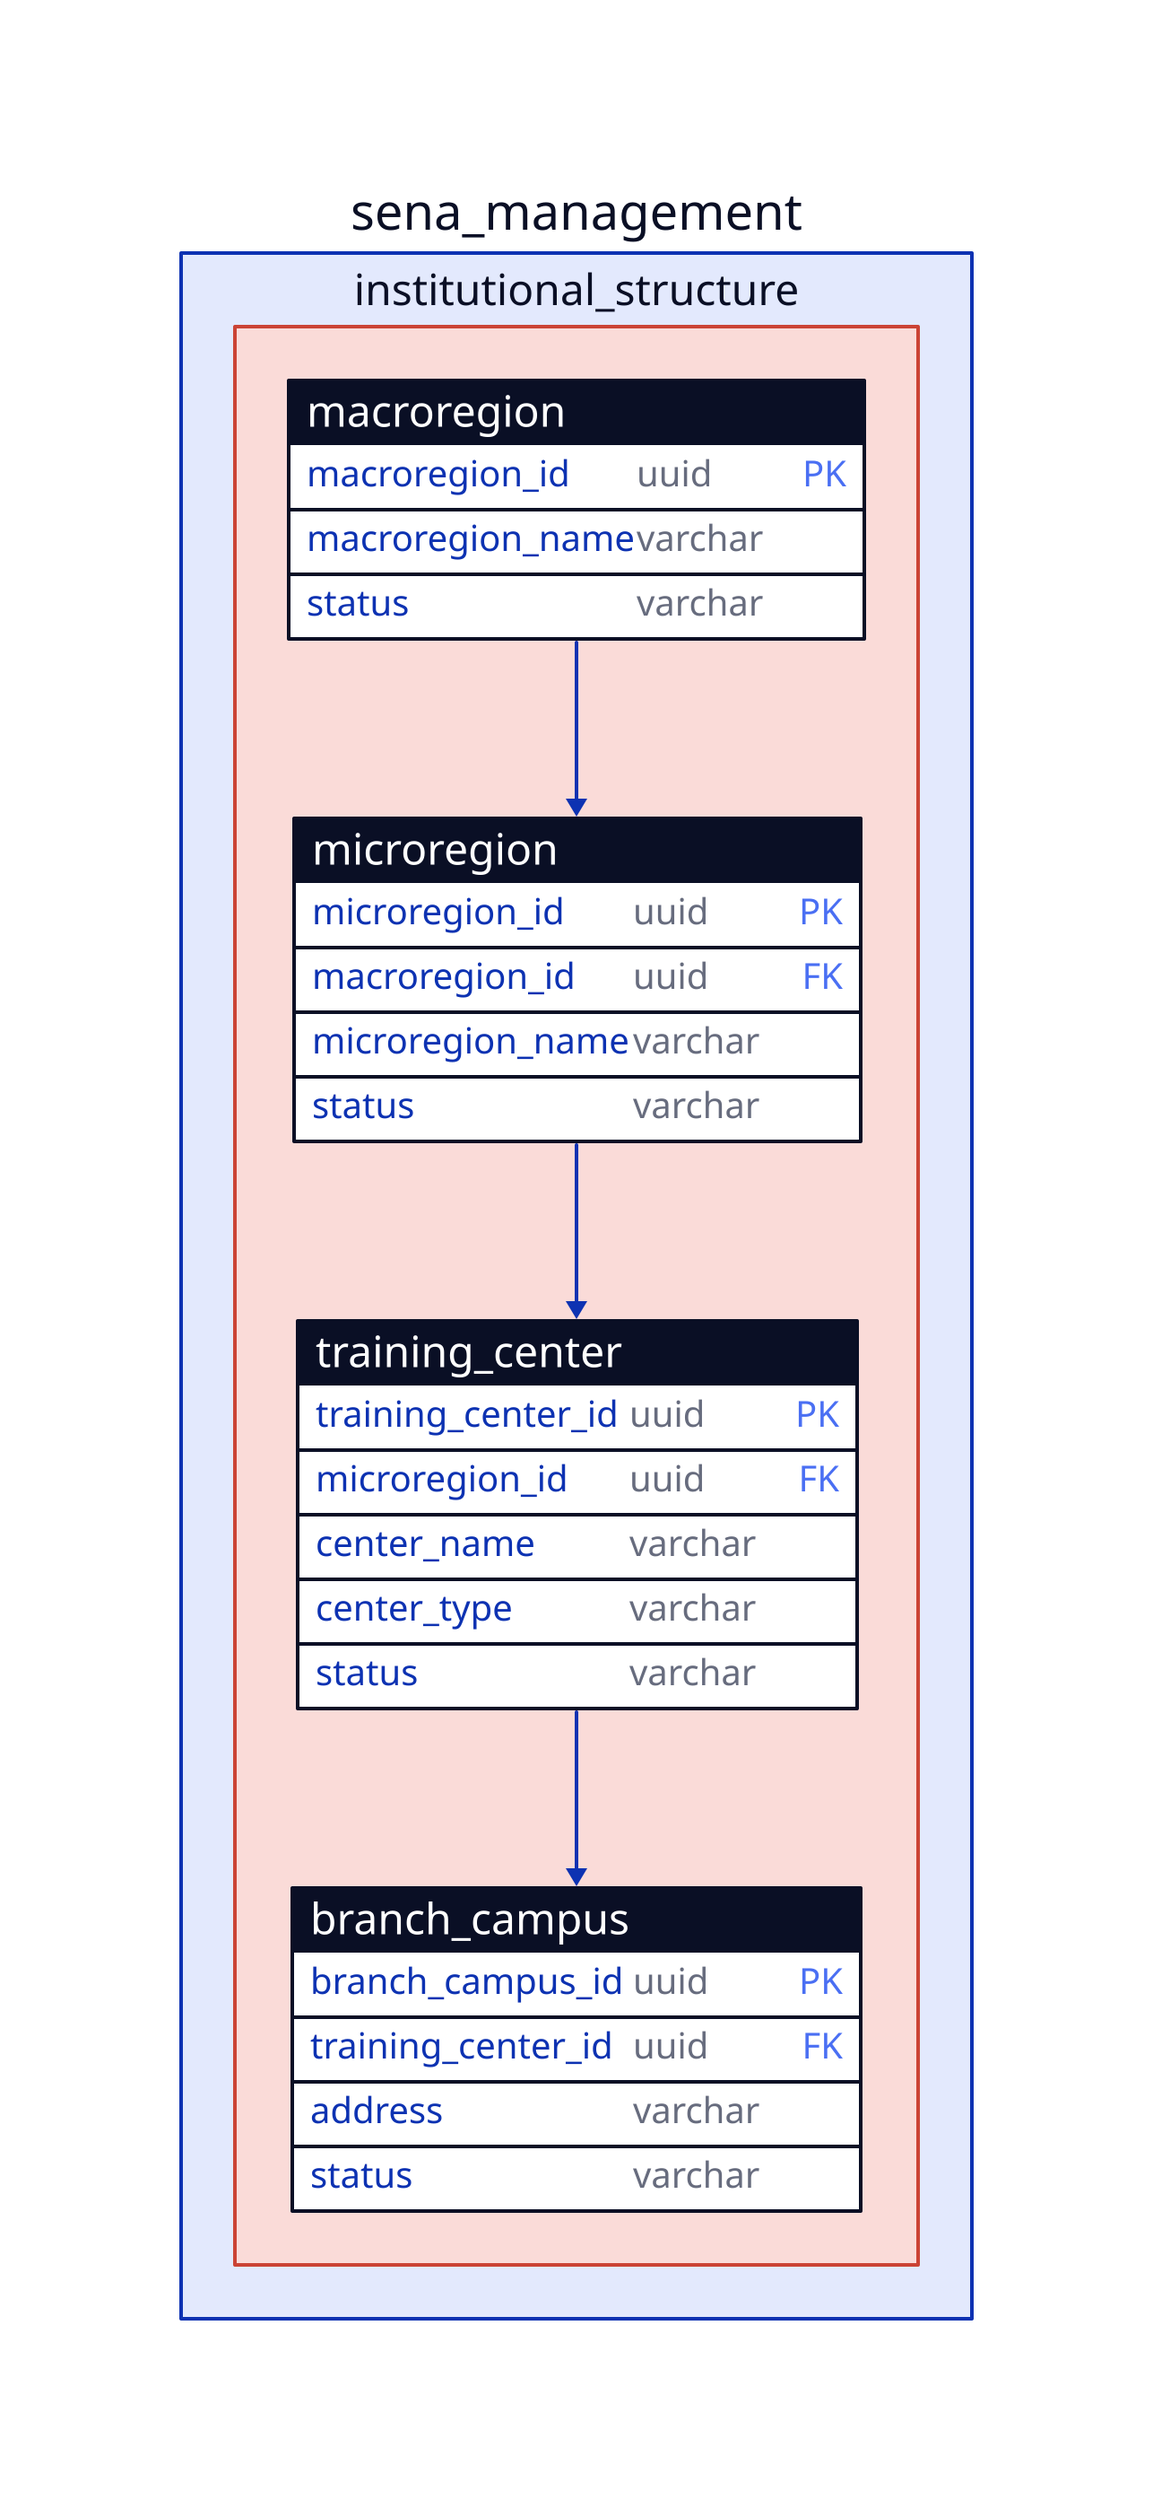
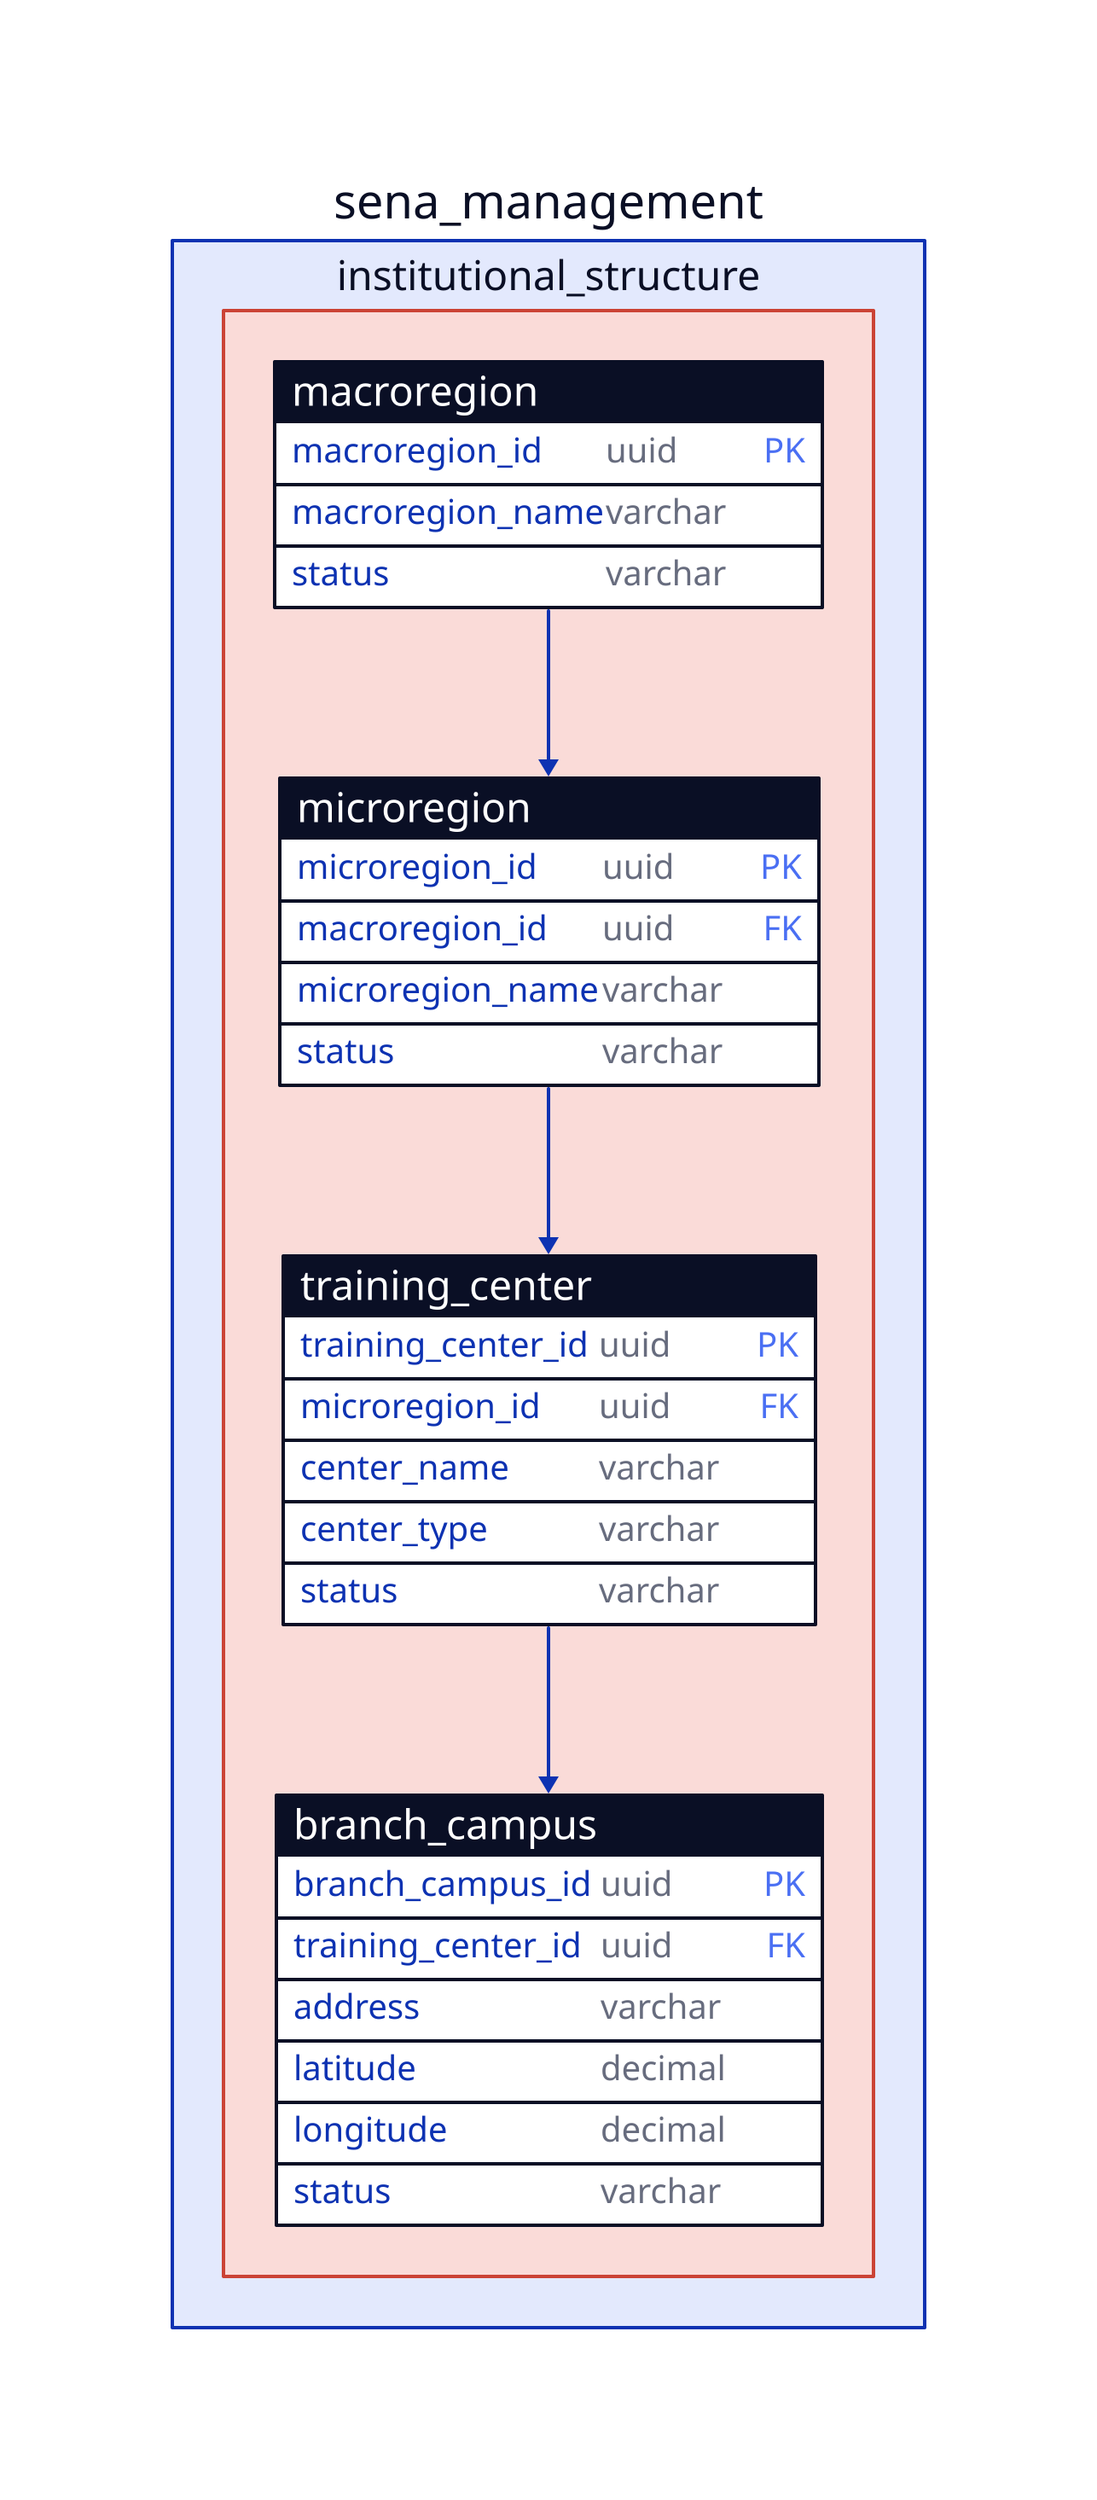
sena_management: {
  institutional_structure: {
    style.fill: "#FADBD8"
    style.stroke: "#CB4335"

    macroregion: {
      shape: sql_table

      macroregion_id: uuid {constraint: primary_key}
      macroregion_name: varchar
      status: varchar
    }

    microregion: {
      shape: sql_table

      microregion_id: uuid {constraint: primary_key}
      macroregion_id: uuid {constraint: foreign_key}
      microregion_name: varchar
      status: varchar
    }

    training_center: {
      shape: sql_table

      training_center_id: uuid {constraint: primary_key}
      microregion_id: uuid {constraint: foreign_key}
      center_name: varchar
      center_type: varchar
      status: varchar
    }

    branch_campus: {
      shape: sql_table

      branch_campus_id: uuid {constraint: primary_key}
      training_center_id: uuid {constraint: foreign_key}
      address: varchar
+       latitude: decimal
+       longitude: decimal
      status: varchar
    }
  }

  institutional_structure.macroregion.macroregion_id -> institutional_structure.microregion.macroregion_id

  institutional_structure.microregion.microregion_id -> institutional_structure.training_center.microregion_id

  institutional_structure.training_center.training_center_id -> institutional_structure.branch_campus.training_center_id
}


